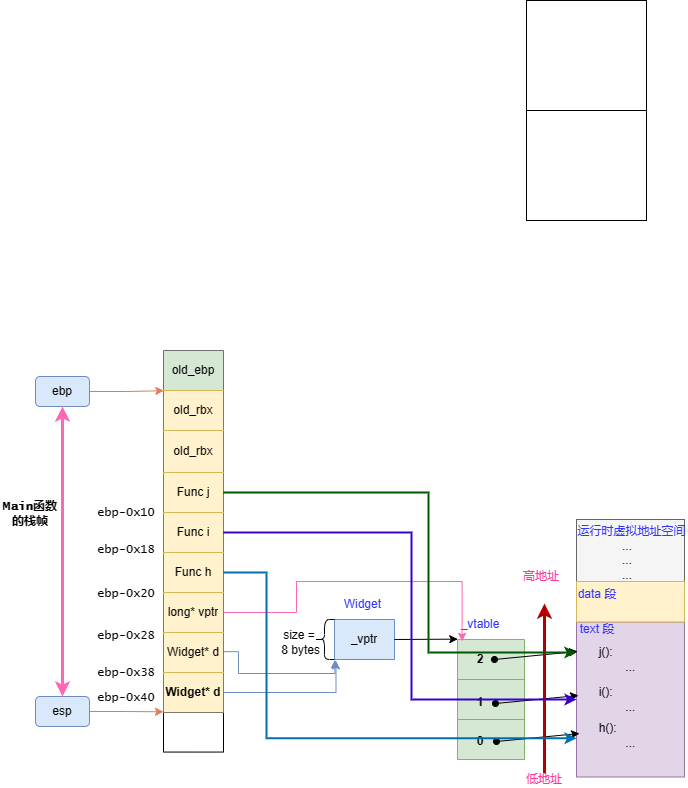
Before: C++对象模型/C++_虚函数表的存储什么.drawio.png, a diagram exported from draw.io (SixPlusAndTimes/drawio). Source tidied: cells renumbered, new cells last; positions are measured from the earlier drawing's top-left corner, leaving out a move shared by most shapes.
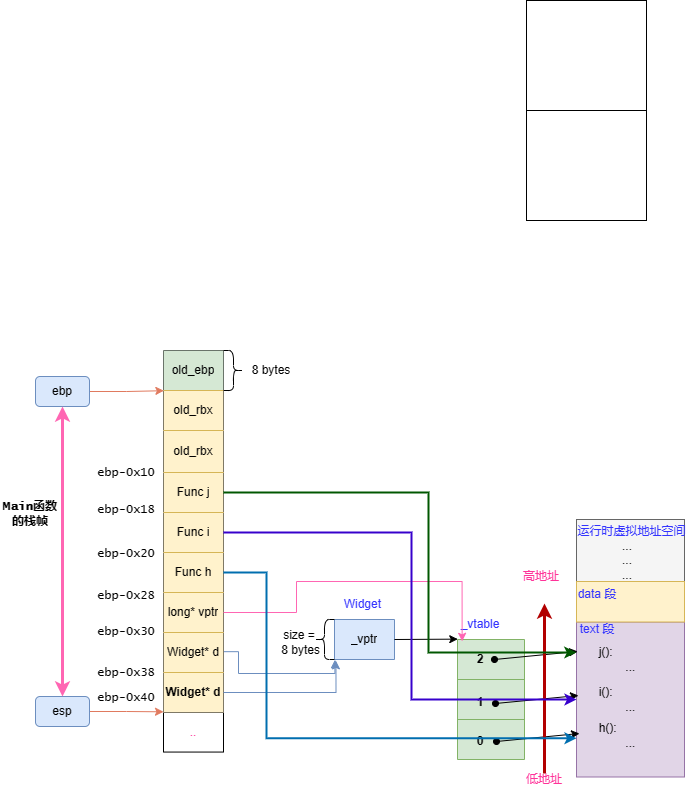
The same file after the commit.

Commit message:
更新C++_虚函数表的存储什么.drawio.png

Diff of the diagram source:
```diff
@@ -193,7 +193,7 @@
     <mxCell id="59" style="shape=tableRow;horizontal=0;startSize=0;swimlaneHead=0;swimlaneBody=0;strokeColor=inherit;top=0;left=0;bottom=0;right=0;fillColor=none;fontSize=11;fontColor=#FF3399;" parent="40" vertex="1">
       <mxGeometry y="362" width="60" height="40" as="geometry" />
     </mxCell>
-    <mxCell id="60" style="shape=partialRectangle;html=1;whiteSpace=wrap;strokeColor=inherit;overflow=hidden;fillColor=none;top=0;left=0;bottom=0;right=0;fontSize=11;fontColor=#FF3399;" parent="59" vertex="1">
+    <mxCell id="60" value=".." style="shape=partialRectangle;html=1;whiteSpace=wrap;strokeColor=inherit;overflow=hidden;fillColor=none;top=0;left=0;bottom=0;right=0;fontSize=11;fontColor=#FF3399;" parent="59" vertex="1">
       <mxGeometry width="60" height="40" as="geometry" />
     </mxCell>
     <mxCell id="61" style="edgeStyle=orthogonalEdgeStyle;rounded=0;jettySize=auto;html=1;exitX=1;exitY=0.5;exitDx=0;exitDy=0;entryX=0.006;entryY=0.203;entryDx=0;entryDy=0;entryPerimeter=0;strokeColor=#E07A5F;fontFamily=Lucida Console;fontSize=12;fontColor=#000000;fillColor=#F2CC8F;" parent="1" edge="1" source="62">
@@ -216,16 +216,16 @@
       <mxGeometry x="95" y="659" width="78" height="37" as="geometry" />
     </mxCell>
     <mxCell id="66" value="ebp-0x28" style="text;whiteSpace=wrap;html=1;fontSize=12;fontFamily=Lucida Console;fontColor=#000000;" parent="1" vertex="1">
-      <mxGeometry x="95" y="622" width="78" height="37" as="geometry" />
+      <mxGeometry x="95" y="582" width="78" height="37" as="geometry" />
     </mxCell>
     <mxCell id="67" value="ebp-0x20" style="text;whiteSpace=wrap;html=1;fontSize=12;fontFamily=Lucida Console;fontColor=#000000;" parent="1" vertex="1">
-      <mxGeometry x="95" y="580" width="78" height="37" as="geometry" />
+      <mxGeometry x="95" y="540" width="78" height="37" as="geometry" />
     </mxCell>
     <mxCell id="68" value="ebp-0x18" style="text;whiteSpace=wrap;html=1;fontSize=12;fontFamily=Lucida Console;fontColor=#000000;" parent="1" vertex="1">
-      <mxGeometry x="95" y="536" width="78" height="37" as="geometry" />
+      <mxGeometry x="95" y="496" width="78" height="37" as="geometry" />
     </mxCell>
     <mxCell id="69" value="ebp-0x10" style="text;whiteSpace=wrap;html=1;fontSize=12;fontFamily=Lucida Console;fontColor=#000000;" parent="1" vertex="1">
-      <mxGeometry x="95" y="499" width="78" height="37" as="geometry" />
+      <mxGeometry x="95" y="459" width="78" height="37" as="geometry" />
     </mxCell>
     <mxCell id="70" value="&lt;span style=&quot;color: rgb(0, 0, 0); font-size: 11px; font-style: normal; font-variant-ligatures: normal; font-variant-caps: normal; font-weight: 400; letter-spacing: normal; orphans: 2; text-align: center; text-indent: 0px; text-transform: none; widows: 2; word-spacing: 0px; -webkit-text-stroke-width: 0px; background-color: rgb(255, 255, 255); text-decoration-thickness: initial; text-decoration-style: initial; text-decoration-color: initial; float: none; display: inline !important;&quot;&gt;ebp-0x40&lt;/span&gt;" style="text;whiteSpace=wrap;html=1;fontSize=12;fontFamily=Lucida Console;fontColor=#000000;" parent="1" vertex="1">
       <mxGeometry x="95" y="684" width="78" height="37" as="geometry" />
@@ -272,5 +272,14 @@
         </Array>
       </mxGeometry>
     </mxCell>
+    <mxCell id="78" value="ebp-0x30" style="text;whiteSpace=wrap;html=1;fontSize=12;fontFamily=Lucida Console;fontColor=#000000;" parent="1" vertex="1">
+      <mxGeometry x="95" y="618" width="78" height="37" as="geometry" />
+    </mxCell>
+    <mxCell id="79" style="shape=curlyBracket;whiteSpace=wrap;html=1;rounded=1;flipH=1;labelPosition=right;verticalLabelPosition=middle;align=left;verticalAlign=middle;" parent="1" vertex="1">
+      <mxGeometry x="223" y="350" width="20" height="40" as="geometry" />
+    </mxCell>
+    <mxCell id="80" value="8 bytes" style="text;html=1;strokeColor=none;fillColor=none;align=center;verticalAlign=middle;whiteSpace=wrap;rounded=0;" parent="1" vertex="1">
+      <mxGeometry x="241" y="355" width="60" height="30" as="geometry" />
+    </mxCell>
   </root>
 </mxGraphModel>
```
